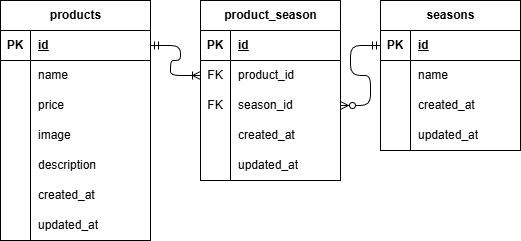
yurin0617/yurin-kadai2 keeps this draw.io diagram as ER.drawio.png. Above is the earlier version. Source tidied: cells renumbered, new cells last; positions are measured from the earlier drawing's top-left corner, leaving out a move shared by most shapes.
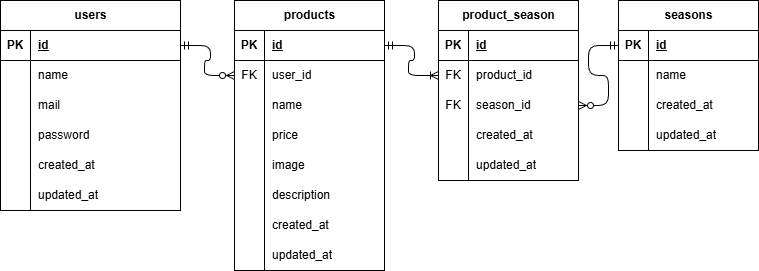
Above is the later version.

What changed in the source:
```diff
@@ -3,7 +3,7 @@
     <mxCell id="0" />
     <mxCell id="1" parent="0" />
     <mxCell id="2" value="products" style="shape=table;startSize=30;rowLines=0;fontStyle=1;align=center;html=1;" parent="1" vertex="1">
-      <mxGeometry width="150" height="240" as="geometry" />
+      <mxGeometry x="-4" width="150" height="270" as="geometry" />
     </mxCell>
     <mxCell id="3" style="shape=tableRow;horizontal=0;startSize=0;swimlaneHead=0;swimlaneBody=0;fillColor=none;points=[[0,0.5],[1,0.5]];portConstraint=eastwest;top=0;left=0;right=0;bottom=1;" parent="2" vertex="1">
       <mxGeometry y="30" width="150" height="30" as="geometry" />
@@ -20,7 +20,7 @@
     <mxCell id="7" style="shape=partialRectangle;fillColor=none;top=0;left=0;bottom=0;right=0;overflow=hidden;whiteSpace=wrap;html=1;" parent="6" vertex="1">
       <mxGeometry width="30" height="30" as="geometry" />
     </mxCell>
-    <mxCell id="8" value="name" style="shape=partialRectangle;fillColor=none;top=0;left=0;bottom=0;right=0;align=left;spacingLeft=6;overflow=hidden;whiteSpace=wrap;html=1;" parent="6" vertex="1">
+    <mxCell id="8" value="user_id" style="shape=partialRectangle;fillColor=none;top=0;left=0;bottom=0;right=0;align=left;spacingLeft=6;overflow=hidden;whiteSpace=wrap;html=1;" parent="6" vertex="1">
       <mxGeometry x="30" width="120" height="30" as="geometry" />
     </mxCell>
     <mxCell id="9" style="shape=tableRow;horizontal=0;startSize=0;swimlaneHead=0;swimlaneBody=0;fillColor=none;top=0;left=0;right=0;bottom=0;" parent="2" vertex="1">
@@ -29,7 +29,7 @@
     <mxCell id="10" style="shape=partialRectangle;fillColor=none;top=0;left=0;bottom=0;right=0;overflow=hidden;whiteSpace=wrap;html=1;" parent="9" vertex="1">
       <mxGeometry width="30" height="30" as="geometry" />
     </mxCell>
-    <mxCell id="11" value="price" style="shape=partialRectangle;fillColor=none;top=0;left=0;bottom=0;right=0;align=left;spacingLeft=6;overflow=hidden;whiteSpace=wrap;html=1;" parent="9" vertex="1">
+    <mxCell id="11" value="&lt;span style=&quot;color: rgb(0, 0, 0);&quot;&gt;name&lt;/span&gt;" style="shape=partialRectangle;fillColor=none;top=0;left=0;bottom=0;right=0;align=left;spacingLeft=6;overflow=hidden;whiteSpace=wrap;html=1;" parent="9" vertex="1">
       <mxGeometry x="30" width="120" height="30" as="geometry" />
     </mxCell>
     <mxCell id="12" style="shape=tableRow;horizontal=0;startSize=0;swimlaneHead=0;swimlaneBody=0;fillColor=none;top=0;left=0;right=0;bottom=0;" parent="2" vertex="1">
@@ -38,7 +38,7 @@
     <mxCell id="13" style="shape=partialRectangle;fillColor=none;top=0;left=0;bottom=0;right=0;overflow=hidden;whiteSpace=wrap;html=1;" parent="12" vertex="1">
       <mxGeometry width="30" height="30" as="geometry" />
     </mxCell>
-    <mxCell id="14" value="image" style="shape=partialRectangle;fillColor=none;top=0;left=0;bottom=0;right=0;align=left;spacingLeft=6;overflow=hidden;whiteSpace=wrap;html=1;" parent="12" vertex="1">
+    <mxCell id="14" value="&lt;span style=&quot;color: rgb(0, 0, 0);&quot;&gt;price&lt;/span&gt;" style="shape=partialRectangle;fillColor=none;top=0;left=0;bottom=0;right=0;align=left;spacingLeft=6;overflow=hidden;whiteSpace=wrap;html=1;" parent="12" vertex="1">
       <mxGeometry x="30" width="120" height="30" as="geometry" />
     </mxCell>
     <mxCell id="15" style="shape=tableRow;horizontal=0;startSize=0;swimlaneHead=0;swimlaneBody=0;fillColor=none;top=0;left=0;right=0;bottom=0;" parent="2" vertex="1">
@@ -47,11 +47,20 @@
     <mxCell id="16" style="shape=partialRectangle;fillColor=none;top=0;left=0;bottom=0;right=0;overflow=hidden;whiteSpace=wrap;html=1;" parent="15" vertex="1">
       <mxGeometry width="30" height="30" as="geometry" />
     </mxCell>
-    <mxCell id="17" value="description" style="shape=partialRectangle;fillColor=none;top=0;left=0;bottom=0;right=0;align=left;spacingLeft=6;overflow=hidden;whiteSpace=wrap;html=1;" parent="15" vertex="1">
+    <mxCell id="17" value="&lt;span style=&quot;color: rgb(0, 0, 0);&quot;&gt;image&lt;/span&gt;" style="shape=partialRectangle;fillColor=none;top=0;left=0;bottom=0;right=0;align=left;spacingLeft=6;overflow=hidden;whiteSpace=wrap;html=1;" parent="15" vertex="1">
       <mxGeometry x="30" width="120" height="30" as="geometry" />
     </mxCell>
+    <mxCell id="55" style="shape=tableRow;horizontal=0;startSize=0;swimlaneHead=0;swimlaneBody=0;fillColor=none;top=0;left=0;right=0;bottom=0;" parent="2" vertex="1">
+      <mxGeometry y="180" width="150" height="30" as="geometry" />
+    </mxCell>
+    <mxCell id="56" style="shape=partialRectangle;fillColor=none;top=0;left=0;bottom=0;right=0;overflow=hidden;whiteSpace=wrap;html=1;" parent="55" vertex="1">
+      <mxGeometry width="30" height="30" as="geometry" />
+    </mxCell>
+    <mxCell id="57" value="&lt;span style=&quot;color: rgb(0, 0, 0);&quot;&gt;description&lt;/span&gt;" style="shape=partialRectangle;fillColor=none;top=0;left=0;bottom=0;right=0;align=left;spacingLeft=6;overflow=hidden;whiteSpace=wrap;html=1;" parent="55" vertex="1">
+      <mxGeometry x="30" width="120" height="30" as="geometry" />
+    </mxCell>
     <mxCell id="18" style="shape=tableRow;horizontal=0;startSize=0;swimlaneHead=0;swimlaneBody=0;fillColor=none;top=0;left=0;right=0;bottom=0;" parent="2" vertex="1">
-      <mxGeometry y="180" width="150" height="30" as="geometry" />
+      <mxGeometry y="210" width="150" height="30" as="geometry" />
     </mxCell>
     <mxCell id="19" style="shape=partialRectangle;fillColor=none;top=0;left=0;bottom=0;right=0;overflow=hidden;whiteSpace=wrap;html=1;" parent="18" vertex="1">
       <mxGeometry width="30" height="30" as="geometry" />
@@ -60,7 +69,7 @@
       <mxGeometry x="30" width="120" height="30" as="geometry" />
     </mxCell>
     <mxCell id="21" style="shape=tableRow;horizontal=0;startSize=0;swimlaneHead=0;swimlaneBody=0;fillColor=none;top=0;left=0;right=0;bottom=0;" parent="2" vertex="1">
-      <mxGeometry y="210" width="150" height="30" as="geometry" />
+      <mxGeometry y="240" width="150" height="30" as="geometry" />
     </mxCell>
     <mxCell id="22" style="shape=partialRectangle;fillColor=none;top=0;left=0;bottom=0;right=0;overflow=hidden;whiteSpace=wrap;html=1;" parent="21" vertex="1">
       <mxGeometry width="30" height="30" as="geometry" />
@@ -161,5 +170,74 @@
     <mxCell id="54" style="edgeStyle=entityRelationEdgeStyle;fontSize=12;html=1;endArrow=ERzeroToMany;startArrow=ERmandOne;" parent="1" edge="1" source="41" target="31">
       <mxGeometry relative="1" as="geometry" />
     </mxCell>
+    <mxCell id="58" value="users" style="shape=table;startSize=30;rowLines=0;fontStyle=1;align=center;html=1;" parent="1" vertex="1">
+      <mxGeometry x="-238" width="180" height="210" as="geometry" />
+    </mxCell>
+    <mxCell id="59" style="shape=tableRow;horizontal=0;startSize=0;swimlaneHead=0;swimlaneBody=0;fillColor=none;points=[[0,0.5],[1,0.5]];portConstraint=eastwest;top=0;left=0;right=0;bottom=1;" parent="58" vertex="1">
+      <mxGeometry y="30" width="180" height="30" as="geometry" />
+    </mxCell>
+    <mxCell id="60" value="PK" style="shape=partialRectangle;fillColor=none;top=0;left=0;bottom=0;right=0;fontStyle=1;overflow=hidden;whiteSpace=wrap;html=1;" parent="59" vertex="1">
+      <mxGeometry width="30" height="30" as="geometry" />
+    </mxCell>
+    <mxCell id="61" value="id" style="shape=partialRectangle;fillColor=none;top=0;left=0;bottom=0;right=0;align=left;spacingLeft=6;fontStyle=5;overflow=hidden;whiteSpace=wrap;html=1;" parent="59" vertex="1">
+      <mxGeometry x="30" width="150" height="30" as="geometry" />
+    </mxCell>
+    <mxCell id="62" style="shape=tableRow;horizontal=0;startSize=0;swimlaneHead=0;swimlaneBody=0;fillColor=none;top=0;left=0;right=0;bottom=0;" parent="58" vertex="1">
+      <mxGeometry y="60" width="180" height="30" as="geometry" />
+    </mxCell>
+    <mxCell id="63" style="shape=partialRectangle;fillColor=none;top=0;left=0;bottom=0;right=0;overflow=hidden;whiteSpace=wrap;html=1;" parent="62" vertex="1">
+      <mxGeometry width="30" height="30" as="geometry" />
+    </mxCell>
+    <mxCell id="64" value="name" style="shape=partialRectangle;fillColor=none;top=0;left=0;bottom=0;right=0;align=left;spacingLeft=6;overflow=hidden;whiteSpace=wrap;html=1;" parent="62" vertex="1">
+      <mxGeometry x="30" width="150" height="30" as="geometry" />
+    </mxCell>
+    <mxCell id="65" style="shape=tableRow;horizontal=0;startSize=0;swimlaneHead=0;swimlaneBody=0;fillColor=none;top=0;left=0;right=0;bottom=0;" parent="58" vertex="1">
+      <mxGeometry y="90" width="180" height="30" as="geometry" />
+    </mxCell>
+    <mxCell id="66" style="shape=partialRectangle;fillColor=none;top=0;left=0;bottom=0;right=0;overflow=hidden;whiteSpace=wrap;html=1;" parent="65" vertex="1">
+      <mxGeometry width="30" height="30" as="geometry" />
+    </mxCell>
+    <mxCell id="67" value="mail" style="shape=partialRectangle;fillColor=none;top=0;left=0;bottom=0;right=0;align=left;spacingLeft=6;overflow=hidden;whiteSpace=wrap;html=1;" parent="65" vertex="1">
+      <mxGeometry x="30" width="150" height="30" as="geometry" />
+    </mxCell>
+    <mxCell id="68" style="shape=tableRow;horizontal=0;startSize=0;swimlaneHead=0;swimlaneBody=0;fillColor=none;top=0;left=0;right=0;bottom=0;" parent="58" vertex="1">
+      <mxGeometry y="120" width="180" height="30" as="geometry" />
+    </mxCell>
+    <mxCell id="69" style="shape=partialRectangle;fillColor=none;top=0;left=0;bottom=0;right=0;overflow=hidden;whiteSpace=wrap;html=1;" parent="68" vertex="1">
+      <mxGeometry width="30" height="30" as="geometry" />
+    </mxCell>
+    <mxCell id="70" value="password" style="shape=partialRectangle;fillColor=none;top=0;left=0;bottom=0;right=0;align=left;spacingLeft=6;overflow=hidden;whiteSpace=wrap;html=1;" parent="68" vertex="1">
+      <mxGeometry x="30" width="150" height="30" as="geometry" />
+    </mxCell>
+    <mxCell id="71" style="shape=tableRow;horizontal=0;startSize=0;swimlaneHead=0;swimlaneBody=0;fillColor=none;top=0;left=0;right=0;bottom=0;" parent="58" vertex="1">
+      <mxGeometry y="150" width="180" height="30" as="geometry" />
+    </mxCell>
+    <mxCell id="72" style="shape=partialRectangle;fillColor=none;top=0;left=0;bottom=0;right=0;overflow=hidden;whiteSpace=wrap;html=1;" parent="71" vertex="1">
+      <mxGeometry width="30" height="30" as="geometry" />
+    </mxCell>
+    <mxCell id="73" value="&lt;span style=&quot;color: rgb(0, 0, 0);&quot;&gt;created_at&lt;/span&gt;" style="shape=partialRectangle;fillColor=none;top=0;left=0;bottom=0;right=0;align=left;spacingLeft=6;overflow=hidden;whiteSpace=wrap;html=1;" parent="71" vertex="1">
+      <mxGeometry x="30" width="150" height="30" as="geometry" />
+    </mxCell>
+    <mxCell id="74" style="shape=tableRow;horizontal=0;startSize=0;swimlaneHead=0;swimlaneBody=0;fillColor=none;top=0;left=0;right=0;bottom=0;" parent="58" vertex="1">
+      <mxGeometry y="180" width="180" height="30" as="geometry" />
+    </mxCell>
+    <mxCell id="75" style="shape=partialRectangle;fillColor=none;top=0;left=0;bottom=0;right=0;overflow=hidden;whiteSpace=wrap;html=1;" parent="74" vertex="1">
+      <mxGeometry width="30" height="30" as="geometry" />
+    </mxCell>
+    <mxCell id="76" value="&lt;span style=&quot;color: rgb(0, 0, 0);&quot;&gt;updated_at&lt;/span&gt;" style="shape=partialRectangle;fillColor=none;top=0;left=0;bottom=0;right=0;align=left;spacingLeft=6;overflow=hidden;whiteSpace=wrap;html=1;" parent="74" vertex="1">
+      <mxGeometry x="30" width="150" height="30" as="geometry" />
+    </mxCell>
+    <mxCell id="77" style="edgeStyle=entityRelationEdgeStyle;fontSize=12;html=1;endArrow=ERzeroToMany;startArrow=ERmandOne;exitX=1;exitY=0.5;exitDx=0;exitDy=0;" parent="1" edge="1" source="59" target="6">
+      <mxGeometry relative="1" as="geometry">
+        <Array as="points">
+          <mxPoint x="-78" y="290" />
+          <mxPoint x="-8" y="80" />
+          <mxPoint x="2" y="80" />
+        </Array>
+      </mxGeometry>
+    </mxCell>
+    <mxCell id="78" value="FK" style="shape=partialRectangle;fillColor=none;top=0;left=0;bottom=0;right=0;overflow=hidden;whiteSpace=wrap;html=1;" parent="1" vertex="1">
+      <mxGeometry x="-4" y="60" width="30" height="30" as="geometry" />
+    </mxCell>
   </root>
 </mxGraphModel>
```
